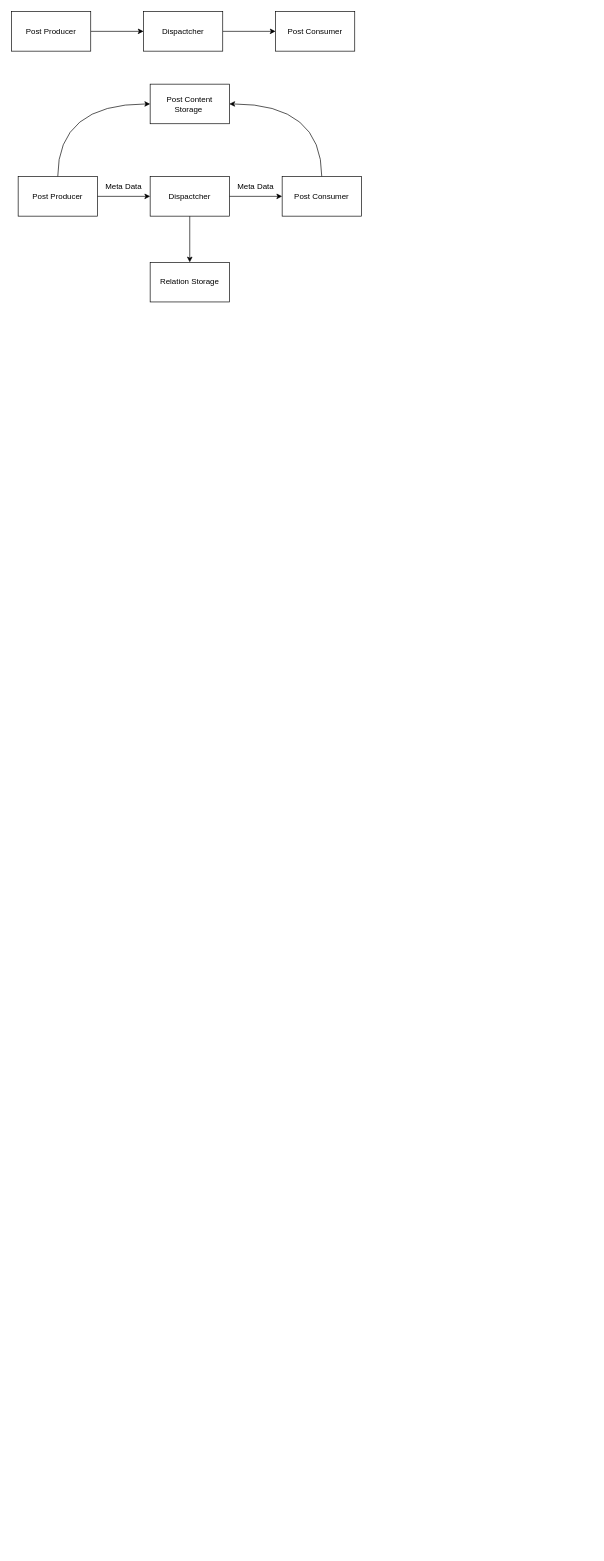
Earlier version of the draw.io diagram ComputerSystem/feed.drawio (NightFaint/Code-diary). Source tidied: cells renumbered, new cells numbered last; positions are measured from the earlier drawing's top-left corner, leaving out a move shared by most shapes. Both pictures are drawn from the tidied source at 66%, with x=0, y=0 at pixel (11, 11).
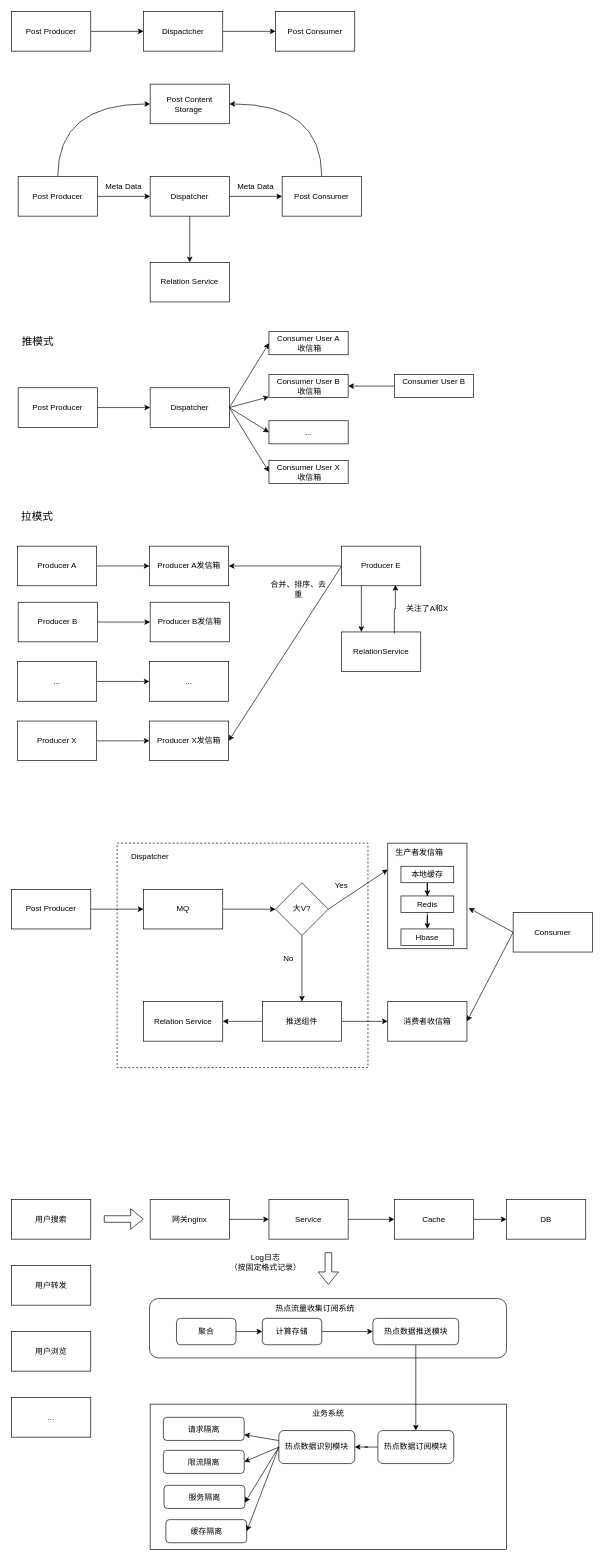
After the change.

The edit, as a diff of the source:
```diff
@@
+    <mxCell id="19" style="rounded=0;whiteSpace=wrap;html=1;" parent="1" vertex="1">
+      <mxGeometry x="210" y="2110" width="540" height="220" as="geometry" />
+    </mxCell>
+    <mxCell id="20" style="rounded=0;whiteSpace=wrap;html=1;dashed=1;" parent="1" vertex="1">
+      <mxGeometry x="160" y="1260" width="380" height="340" as="geometry" />
+    </mxCell>
@@
-    <mxCell id="12" value="Dispactcher" style="whiteSpace=wrap;html=1;rounded=0;" parent="1" vertex="1">
+    <mxCell id="12" value="Dispatcher" style="whiteSpace=wrap;html=1;rounded=0;" parent="1" vertex="1">
       <mxGeometry x="210" y="250" width="120" height="60" as="geometry" />
     </mxCell>
@@
-    <mxCell id="18" value="Relation Storage" style="whiteSpace=wrap;html=1;rounded=0;" parent="1" vertex="1">
+    <mxCell id="18" value="Relation Service" style="whiteSpace=wrap;html=1;rounded=0;" parent="1" vertex="1">
       <mxGeometry x="210" y="380" width="120" height="60" as="geometry" />
     </mxCell>
+    <mxCell id="21" style="edgeStyle=orthogonalEdgeStyle;rounded=0;jettySize=auto;html=1;" parent="1" edge="1" source="22" target="27">
+      <mxGeometry relative="1" as="geometry" />
+    </mxCell>
+    <mxCell id="22" value="Post Producer" style="rounded=0;whiteSpace=wrap;html=1;" parent="1" vertex="1">
+      <mxGeometry x="10" y="570" width="120" height="60" as="geometry" />
+    </mxCell>
+    <mxCell id="23" style="rounded=0;jettySize=auto;html=1;entryX=0;entryY=0.5;entryDx=0;entryDy=0;exitX=1;exitY=0.5;exitDx=0;exitDy=0;" parent="1" edge="1" source="27" target="28">
+      <mxGeometry relative="1" as="geometry" />
+    </mxCell>
+    <mxCell id="24" style="rounded=0;jettySize=auto;html=1;exitX=1;exitY=0.5;exitDx=0;exitDy=0;" parent="1" edge="1" source="27" target="29">
+      <mxGeometry relative="1" as="geometry" />
+    </mxCell>
+    <mxCell id="25" style="rounded=0;jettySize=auto;html=1;exitX=1;exitY=0.5;exitDx=0;exitDy=0;exitPerimeter=0;entryX=0;entryY=0.5;entryDx=0;entryDy=0;" parent="1" edge="1" source="27" target="30">
+      <mxGeometry relative="1" as="geometry" />
+    </mxCell>
+    <mxCell id="26" style="rounded=0;jettySize=auto;html=1;entryX=0;entryY=0.5;entryDx=0;entryDy=0;exitX=1;exitY=0.5;exitDx=0;exitDy=0;" parent="1" edge="1" source="27" target="31">
+      <mxGeometry relative="1" as="geometry" />
+    </mxCell>
+    <mxCell id="27" value="Dispatcher" style="rounded=0;whiteSpace=wrap;html=1;" parent="1" vertex="1">
+      <mxGeometry x="210" y="570" width="120" height="60" as="geometry" />
+    </mxCell>
+    <mxCell id="28" value="Consumer User A&lt;div&gt;&amp;nbsp;收信箱&lt;/div&gt;" style="rounded=0;whiteSpace=wrap;html=1;" parent="1" vertex="1">
+      <mxGeometry x="390" y="485" width="120" height="35" as="geometry" />
+    </mxCell>
+    <mxCell id="29" value="Consumer User B&lt;div&gt;&amp;nbsp;收信箱&lt;/div&gt;" style="rounded=0;whiteSpace=wrap;html=1;" parent="1" vertex="1">
+      <mxGeometry x="390" y="550" width="120" height="35" as="geometry" />
+    </mxCell>
+    <mxCell id="30" value="..." style="rounded=0;whiteSpace=wrap;html=1;" parent="1" vertex="1">
+      <mxGeometry x="390" y="620" width="120" height="35" as="geometry" />
+    </mxCell>
+    <mxCell id="31" value="Consumer User X&lt;div&gt;&amp;nbsp;收信箱&lt;/div&gt;" style="rounded=0;whiteSpace=wrap;html=1;" parent="1" vertex="1">
+      <mxGeometry x="390" y="680" width="120" height="35" as="geometry" />
+    </mxCell>
+    <mxCell id="32" style="edgeStyle=orthogonalEdgeStyle;rounded=0;jettySize=auto;html=1;entryX=1;entryY=0.5;entryDx=0;entryDy=0;" parent="1" edge="1" source="33" target="29">
+      <mxGeometry relative="1" as="geometry" />
+    </mxCell>
+    <mxCell id="33" value="Consumer User B&lt;div&gt;&lt;br&gt;&lt;/div&gt;" style="rounded=0;whiteSpace=wrap;html=1;" parent="1" vertex="1">
+      <mxGeometry x="580" y="550" width="120" height="35" as="geometry" />
+    </mxCell>
+    <mxCell id="34" value="&lt;font style=&quot;font-size: 16px;&quot;&gt;推模式&lt;/font&gt;" style="text;html=1;align=center;verticalAlign=middle;whiteSpace=wrap;rounded=0;" parent="1" vertex="1">
+      <mxGeometry x="10" y="485" width="60" height="30" as="geometry" />
+    </mxCell>
+    <mxCell id="35" style="edgeStyle=orthogonalEdgeStyle;rounded=0;jettySize=auto;html=1;" parent="1" edge="1" source="36" target="37">
+      <mxGeometry relative="1" as="geometry" />
+    </mxCell>
+    <mxCell id="36" value="Producer A" style="rounded=0;whiteSpace=wrap;html=1;" parent="1" vertex="1">
+      <mxGeometry x="9" y="810" width="120" height="60" as="geometry" />
+    </mxCell>
+    <mxCell id="37" value="Producer A发信箱" style="rounded=0;whiteSpace=wrap;html=1;" parent="1" vertex="1">
+      <mxGeometry x="209" y="810" width="120" height="60" as="geometry" />
+    </mxCell>
+    <mxCell id="38" value="&lt;font style=&quot;font-size: 16px;&quot;&gt;拉模式&lt;/font&gt;" style="text;html=1;align=center;verticalAlign=middle;whiteSpace=wrap;rounded=0;" parent="1" vertex="1">
+      <mxGeometry x="9" y="750" width="60" height="30" as="geometry" />
+    </mxCell>
+    <mxCell id="39" style="edgeStyle=orthogonalEdgeStyle;rounded=0;jettySize=auto;html=1;" parent="1" edge="1" source="40" target="41">
+      <mxGeometry relative="1" as="geometry" />
+    </mxCell>
+    <mxCell id="40" value="Producer B" style="rounded=0;whiteSpace=wrap;html=1;" parent="1" vertex="1">
+      <mxGeometry x="10" y="895" width="120" height="60" as="geometry" />
+    </mxCell>
+    <mxCell id="41" value="Producer B发信箱" style="rounded=0;whiteSpace=wrap;html=1;" parent="1" vertex="1">
+      <mxGeometry x="210" y="895" width="120" height="60" as="geometry" />
+    </mxCell>
+    <mxCell id="42" style="edgeStyle=orthogonalEdgeStyle;rounded=0;jettySize=auto;html=1;" parent="1" edge="1" source="43" target="44">
+      <mxGeometry relative="1" as="geometry" />
+    </mxCell>
+    <mxCell id="43" value="..." style="rounded=0;whiteSpace=wrap;html=1;" parent="1" vertex="1">
+      <mxGeometry x="9" y="985" width="120" height="60" as="geometry" />
+    </mxCell>
+    <mxCell id="44" value="..." style="rounded=0;whiteSpace=wrap;html=1;" parent="1" vertex="1">
+      <mxGeometry x="209" y="985" width="120" height="60" as="geometry" />
+    </mxCell>
+    <mxCell id="45" style="edgeStyle=orthogonalEdgeStyle;rounded=0;jettySize=auto;html=1;" parent="1" edge="1" source="46" target="47">
+      <mxGeometry relative="1" as="geometry" />
+    </mxCell>
+    <mxCell id="46" value="Producer X" style="rounded=0;whiteSpace=wrap;html=1;" parent="1" vertex="1">
+      <mxGeometry x="9" y="1075" width="120" height="60" as="geometry" />
+    </mxCell>
+    <mxCell id="47" value="Producer X发信箱" style="rounded=0;whiteSpace=wrap;html=1;" parent="1" vertex="1">
+      <mxGeometry x="209" y="1075" width="120" height="60" as="geometry" />
+    </mxCell>
+    <mxCell id="48" style="edgeStyle=orthogonalEdgeStyle;rounded=0;jettySize=auto;html=1;entryX=0.25;entryY=0;entryDx=0;entryDy=0;exitX=0.25;exitY=1;exitDx=0;exitDy=0;exitPerimeter=0;" parent="1" edge="1" source="51" target="52">
+      <mxGeometry relative="1" as="geometry" />
+    </mxCell>
+    <mxCell id="49" style="edgeStyle=orthogonalEdgeStyle;rounded=0;jettySize=auto;html=1;entryX=1;entryY=0.5;entryDx=0;entryDy=0;" parent="1" edge="1" source="51" target="37">
+      <mxGeometry relative="1" as="geometry" />
+    </mxCell>
+    <mxCell id="50" style="rounded=0;jettySize=auto;html=1;entryX=1;entryY=0.5;entryDx=0;entryDy=0;" parent="1" edge="1" target="47">
+      <mxGeometry relative="1" as="geometry">
+        <mxPoint x="500" y="840" as="sourcePoint" />
+      </mxGeometry>
+    </mxCell>
+    <mxCell id="51" value="Producer E" style="rounded=0;whiteSpace=wrap;html=1;" parent="1" vertex="1">
+      <mxGeometry x="500" y="810" width="120" height="60" as="geometry" />
+    </mxCell>
+    <mxCell id="52" value="RelationService" style="rounded=0;whiteSpace=wrap;html=1;" parent="1" vertex="1">
+      <mxGeometry x="500" y="940" width="120" height="60" as="geometry" />
+    </mxCell>
+    <mxCell id="53" style="edgeStyle=orthogonalEdgeStyle;rounded=0;jettySize=auto;html=1;entryX=0.68;entryY=0.98;entryDx=0;entryDy=0;entryPerimeter=0;exitX=0.667;exitY=0.04;exitDx=0;exitDy=0;exitPerimeter=0;" parent="1" edge="1" source="52" target="51">
+      <mxGeometry relative="1" as="geometry" />
+    </mxCell>
+    <mxCell id="54" value="关注了A和X" style="text;html=1;align=center;verticalAlign=middle;whiteSpace=wrap;rounded=0;" parent="1" vertex="1">
+      <mxGeometry x="580" y="890" width="100" height="30" as="geometry" />
+    </mxCell>
+    <mxCell id="55" value="合并、排序、去重" style="text;html=1;align=center;verticalAlign=middle;whiteSpace=wrap;rounded=0;" parent="1" vertex="1">
+      <mxGeometry x="390" y="860" width="90" height="30" as="geometry" />
+    </mxCell>
+    <mxCell id="56" style="edgeStyle=orthogonalEdgeStyle;rounded=0;jettySize=auto;html=1;" parent="1" edge="1" source="57" target="59">
+      <mxGeometry relative="1" as="geometry" />
+    </mxCell>
+    <mxCell id="57" value="Post Producer" style="rounded=0;whiteSpace=wrap;html=1;" parent="1" vertex="1">
+      <mxGeometry y="1330" width="120" height="60" as="geometry" />
+    </mxCell>
+    <mxCell id="58" style="edgeStyle=orthogonalEdgeStyle;rounded=0;jettySize=auto;html=1;" parent="1" edge="1" source="59" target="63">
+      <mxGeometry relative="1" as="geometry" />
+    </mxCell>
+    <mxCell id="59" value="MQ" style="rounded=0;whiteSpace=wrap;html=1;" parent="1" vertex="1">
+      <mxGeometry x="200" y="1330" width="120" height="60" as="geometry" />
+    </mxCell>
+    <mxCell id="60" value="Relation Service" style="rounded=0;whiteSpace=wrap;html=1;" parent="1" vertex="1">
+      <mxGeometry x="200" y="1500" width="120" height="60" as="geometry" />
+    </mxCell>
+    <mxCell id="61" style="edgeStyle=orthogonalEdgeStyle;rounded=0;jettySize=auto;html=1;" parent="1" edge="1" source="63" target="66">
+      <mxGeometry relative="1" as="geometry" />
+    </mxCell>
+    <mxCell id="62" style="rounded=0;jettySize=auto;html=1;exitX=1;exitY=0.5;exitDx=0;exitDy=0;entryX=0;entryY=0.25;entryDx=0;entryDy=0;" parent="1" edge="1" source="63" target="70">
+      <mxGeometry relative="1" as="geometry" />
+    </mxCell>
+    <mxCell id="63" value="大V?" style="rhombus;whiteSpace=wrap;html=1;rounded=0;" parent="1" vertex="1">
+      <mxGeometry x="400" y="1320" width="80" height="80" as="geometry" />
+    </mxCell>
+    <mxCell id="64" style="edgeStyle=orthogonalEdgeStyle;rounded=0;jettySize=auto;html=1;entryX=1;entryY=0.5;entryDx=0;entryDy=0;" parent="1" edge="1" source="66" target="60">
+      <mxGeometry relative="1" as="geometry" />
+    </mxCell>
+    <mxCell id="65" style="edgeStyle=orthogonalEdgeStyle;rounded=0;jettySize=auto;html=1;" parent="1" edge="1" source="66" target="68">
+      <mxGeometry relative="1" as="geometry" />
+    </mxCell>
+    <mxCell id="66" value="推送组件" style="whiteSpace=wrap;html=1;rounded=0;" parent="1" vertex="1">
+      <mxGeometry x="380" y="1500" width="120" height="60" as="geometry" />
+    </mxCell>
+    <mxCell id="67" value="No" style="text;html=1;align=center;verticalAlign=middle;whiteSpace=wrap;rounded=0;" parent="1" vertex="1">
+      <mxGeometry x="390" y="1420" width="60" height="30" as="geometry" />
+    </mxCell>
+    <mxCell id="68" value="消费者收信箱" style="whiteSpace=wrap;html=1;rounded=0;" parent="1" vertex="1">
+      <mxGeometry x="570" y="1500" width="120" height="60" as="geometry" />
+    </mxCell>
+    <mxCell id="69" value="Yes" style="text;html=1;align=center;verticalAlign=middle;whiteSpace=wrap;rounded=0;" parent="1" vertex="1">
+      <mxGeometry x="470" y="1310" width="60" height="30" as="geometry" />
+    </mxCell>
+    <mxCell id="70" style="whiteSpace=wrap;html=1;rounded=0;" parent="1" vertex="1">
+      <mxGeometry x="570" y="1260" width="120" height="160" as="geometry" />
+    </mxCell>
+    <mxCell id="71" value="&lt;span style=&quot;color: rgb(0, 0, 0); font-family: Helvetica; font-size: 12px; font-style: normal; font-variant-ligatures: normal; font-variant-caps: normal; font-weight: 400; letter-spacing: normal; orphans: 2; text-align: center; text-indent: 0px; text-transform: none; widows: 2; word-spacing: 0px; -webkit-text-stroke-width: 0px; white-space: normal; background-color: rgb(251, 251, 251); text-decoration-thickness: initial; text-decoration-style: initial; text-decoration-color: initial; display: inline !important; float: none;&quot;&gt;生产者发信箱&lt;/span&gt;" style="text;whiteSpace=wrap;html=1;" parent="1" vertex="1">
+      <mxGeometry x="580" y="1260" width="110" height="40" as="geometry" />
+    </mxCell>
+    <mxCell id="72" style="edgeStyle=orthogonalEdgeStyle;rounded=0;jettySize=auto;html=1;" parent="1" edge="1" source="73" target="75">
+      <mxGeometry relative="1" as="geometry" />
+    </mxCell>
+    <mxCell id="73" value="本地缓存" style="rounded=0;whiteSpace=wrap;html=1;" parent="1" vertex="1">
+      <mxGeometry x="590" y="1295" width="80" height="25" as="geometry" />
+    </mxCell>
+    <mxCell id="74" style="edgeStyle=orthogonalEdgeStyle;rounded=0;jettySize=auto;html=1;" parent="1" edge="1" source="75" target="76">
+      <mxGeometry relative="1" as="geometry" />
+    </mxCell>
+    <mxCell id="75" value="Redis" style="rounded=0;whiteSpace=wrap;html=1;" parent="1" vertex="1">
+      <mxGeometry x="590" y="1340" width="80" height="25" as="geometry" />
+    </mxCell>
+    <mxCell id="76" value="Hbase" style="rounded=0;whiteSpace=wrap;html=1;" parent="1" vertex="1">
+      <mxGeometry x="590" y="1390" width="80" height="25" as="geometry" />
+    </mxCell>
+    <mxCell id="77" value="Consumer" style="whiteSpace=wrap;html=1;rounded=0;" parent="1" vertex="1">
+      <mxGeometry x="760" y="1365" width="120" height="60" as="geometry" />
+    </mxCell>
+    <mxCell id="78" value="Dispatcher" style="text;html=1;align=center;verticalAlign=middle;whiteSpace=wrap;rounded=0;" parent="1" vertex="1">
+      <mxGeometry x="180" y="1265" width="60" height="30" as="geometry" />
+    </mxCell>
+    <mxCell id="79" style="rounded=0;jettySize=auto;html=1;entryX=1.023;entryY=0.615;entryDx=0;entryDy=0;entryPerimeter=0;exitX=0;exitY=0.5;exitDx=0;exitDy=0;" parent="1" edge="1" source="77" target="70">
+      <mxGeometry relative="1" as="geometry" />
+    </mxCell>
+    <mxCell id="80" style="rounded=0;jettySize=auto;html=1;entryX=1;entryY=0.5;entryDx=0;entryDy=0;exitX=0;exitY=0.5;exitDx=0;exitDy=0;" parent="1" edge="1" source="77" target="68">
+      <mxGeometry relative="1" as="geometry" />
+    </mxCell>
+    <mxCell id="81" value="用户搜索" style="rounded=0;whiteSpace=wrap;html=1;" parent="1" vertex="1">
+      <mxGeometry y="1800" width="120" height="60" as="geometry" />
+    </mxCell>
+    <mxCell id="82" value="用户转发" style="rounded=0;whiteSpace=wrap;html=1;" parent="1" vertex="1">
+      <mxGeometry y="1900" width="120" height="60" as="geometry" />
+    </mxCell>
+    <mxCell id="83" value="用户浏览" style="rounded=0;whiteSpace=wrap;html=1;" parent="1" vertex="1">
+      <mxGeometry y="2000" width="120" height="60" as="geometry" />
+    </mxCell>
+    <mxCell id="84" value="..." style="rounded=0;whiteSpace=wrap;html=1;" parent="1" vertex="1">
+      <mxGeometry y="2100" width="120" height="60" as="geometry" />
+    </mxCell>
+    <mxCell id="85" style="edgeStyle=orthogonalEdgeStyle;rounded=0;jettySize=auto;html=1;" parent="1" edge="1" source="86" target="88">
+      <mxGeometry relative="1" as="geometry" />
+    </mxCell>
+    <mxCell id="86" value="网关nginx" style="rounded=0;whiteSpace=wrap;html=1;" parent="1" vertex="1">
+      <mxGeometry x="210" y="1800" width="120" height="60" as="geometry" />
+    </mxCell>
+    <mxCell id="87" style="edgeStyle=orthogonalEdgeStyle;rounded=0;jettySize=auto;html=1;" parent="1" edge="1" source="88" target="90">
+      <mxGeometry relative="1" as="geometry" />
+    </mxCell>
+    <mxCell id="88" value="Service" style="rounded=0;whiteSpace=wrap;html=1;" parent="1" vertex="1">
+      <mxGeometry x="390" y="1800" width="120" height="60" as="geometry" />
+    </mxCell>
+    <mxCell id="89" style="edgeStyle=orthogonalEdgeStyle;rounded=0;jettySize=auto;html=1;entryX=0;entryY=0.5;entryDx=0;entryDy=0;" parent="1" edge="1" source="90" target="91">
+      <mxGeometry relative="1" as="geometry" />
+    </mxCell>
+    <mxCell id="90" value="Cache" style="rounded=0;whiteSpace=wrap;html=1;" parent="1" vertex="1">
+      <mxGeometry x="580" y="1800" width="120" height="60" as="geometry" />
+    </mxCell>
+    <mxCell id="91" value="DB" style="rounded=0;whiteSpace=wrap;html=1;" parent="1" vertex="1">
+      <mxGeometry x="750" y="1800" width="120" height="60" as="geometry" />
+    </mxCell>
+    <mxCell id="92" style="shape=flexArrow;endArrow=classic;html=1;rounded=0;" parent="1" edge="1">
+      <mxGeometry relative="1" as="geometry">
+        <mxPoint x="140" y="1829.5" as="sourcePoint" />
+        <mxPoint x="200" y="1829.5" as="targetPoint" />
+      </mxGeometry>
+    </mxCell>
+    <mxCell id="93" style="rounded=1;whiteSpace=wrap;html=1;" parent="1" vertex="1">
+      <mxGeometry x="209" y="1950" width="541" height="90" as="geometry" />
+    </mxCell>
+    <mxCell id="94" style="shape=flexArrow;endArrow=classic;html=1;rounded=0;entryX=0.379;entryY=-0.013;entryDx=0;entryDy=0;entryPerimeter=0;" parent="1" edge="1">
+      <mxGeometry relative="1" as="geometry">
+        <mxPoint x="480.1" y="1880" as="sourcePoint" />
+        <mxPoint x="480" y="1929.2" as="targetPoint" />
+      </mxGeometry>
+    </mxCell>
+    <mxCell id="95" value="Log日志&lt;div&gt;（按固定格式记录）&lt;/div&gt;" style="text;html=1;align=center;verticalAlign=middle;whiteSpace=wrap;rounded=0;" parent="1" vertex="1">
+      <mxGeometry x="310" y="1880" width="150" height="30" as="geometry" />
+    </mxCell>
+    <mxCell id="96" value="热点流量收集订阅系统" style="text;html=1;align=center;verticalAlign=middle;whiteSpace=wrap;rounded=0;" parent="1" vertex="1">
+      <mxGeometry x="385" y="1950" width="150" height="30" as="geometry" />
+    </mxCell>
+    <mxCell id="97" style="edgeStyle=orthogonalEdgeStyle;rounded=0;jettySize=auto;html=1;" parent="1" edge="1" source="98" target="100">
+      <mxGeometry relative="1" as="geometry" />
+    </mxCell>
+    <mxCell id="98" value="聚合" style="rounded=1;whiteSpace=wrap;html=1;" parent="1" vertex="1">
+      <mxGeometry x="250" y="1980" width="90" height="40" as="geometry" />
+    </mxCell>
+    <mxCell id="99" style="edgeStyle=orthogonalEdgeStyle;rounded=0;jettySize=auto;html=1;" parent="1" edge="1" source="100" target="102">
+      <mxGeometry relative="1" as="geometry" />
+    </mxCell>
+    <mxCell id="100" value="计算存储" style="rounded=1;whiteSpace=wrap;html=1;" parent="1" vertex="1">
+      <mxGeometry x="380" y="1980" width="90" height="40" as="geometry" />
+    </mxCell>
+    <mxCell id="101" style="edgeStyle=orthogonalEdgeStyle;rounded=0;jettySize=auto;html=1;" parent="1" edge="1" source="102" target="107">
+      <mxGeometry relative="1" as="geometry" />
+    </mxCell>
+    <mxCell id="102" value="热点数据推送模块" style="rounded=1;whiteSpace=wrap;html=1;" parent="1" vertex="1">
+      <mxGeometry x="547.5" y="1980" width="130" height="40" as="geometry" />
+    </mxCell>
+    <mxCell id="103" value="业务系统" style="text;html=1;align=center;verticalAlign=middle;whiteSpace=wrap;rounded=0;" parent="1" vertex="1">
+      <mxGeometry x="450" y="2110" width="60" height="30" as="geometry" />
+    </mxCell>
+    <mxCell id="104" style="rounded=0;jettySize=auto;html=1;entryX=1;entryY=0.5;entryDx=0;entryDy=0;exitX=0;exitY=0.5;exitDx=0;exitDy=0;" parent="1" edge="1" source="105" target="109">
+      <mxGeometry relative="1" as="geometry" />
+    </mxCell>
+    <mxCell id="105" value="热点数据识别模块" style="rounded=1;whiteSpace=wrap;html=1;" parent="1" vertex="1">
+      <mxGeometry x="405" y="2150" width="115" height="50" as="geometry" />
+    </mxCell>
+    <mxCell id="106" style="edgeStyle=orthogonalEdgeStyle;rounded=0;jettySize=auto;html=1;entryX=1;entryY=0.5;entryDx=0;entryDy=0;" parent="1" edge="1" source="107" target="105">
+      <mxGeometry relative="1" as="geometry" />
+    </mxCell>
+    <mxCell id="107" value="热点数据订阅模块" style="rounded=1;whiteSpace=wrap;html=1;" parent="1" vertex="1">
+      <mxGeometry x="555" y="2150" width="115" height="50" as="geometry" />
+    </mxCell>
+    <mxCell id="108" value="请求隔离" style="whiteSpace=wrap;html=1;rounded=1;" parent="1" vertex="1">
+      <mxGeometry x="230" y="2130" width="122.5" height="35" as="geometry" />
+    </mxCell>
+    <mxCell id="109" value="限流隔离" style="whiteSpace=wrap;html=1;rounded=1;" parent="1" vertex="1">
+      <mxGeometry x="230" y="2180" width="122.5" height="35" as="geometry" />
+    </mxCell>
+    <mxCell id="110" value="服务隔离" style="whiteSpace=wrap;html=1;rounded=1;" parent="1" vertex="1">
+      <mxGeometry x="231" y="2233" width="122.5" height="35" as="geometry" />
+    </mxCell>
+    <mxCell id="111" value="缓存隔离" style="whiteSpace=wrap;html=1;rounded=1;" parent="1" vertex="1">
+      <mxGeometry x="233.8" y="2285" width="122.5" height="35" as="geometry" />
+    </mxCell>
+    <mxCell id="112" style="rounded=0;jettySize=auto;html=1;entryX=1;entryY=0.75;entryDx=0;entryDy=0;" parent="1" edge="1" source="105" target="108">
+      <mxGeometry relative="1" as="geometry" />
+    </mxCell>
+    <mxCell id="113" style="rounded=0;jettySize=auto;html=1;entryX=1;entryY=0.75;entryDx=0;entryDy=0;exitX=0;exitY=0.5;exitDx=0;exitDy=0;" parent="1" edge="1" source="105" target="110">
+      <mxGeometry relative="1" as="geometry" />
+    </mxCell>
+    <mxCell id="114" style="rounded=0;jettySize=auto;html=1;entryX=1;entryY=0.5;entryDx=0;entryDy=0;exitX=0;exitY=0.5;exitDx=0;exitDy=0;" parent="1" edge="1" source="105" target="111">
+      <mxGeometry relative="1" as="geometry" />
+    </mxCell>
```
